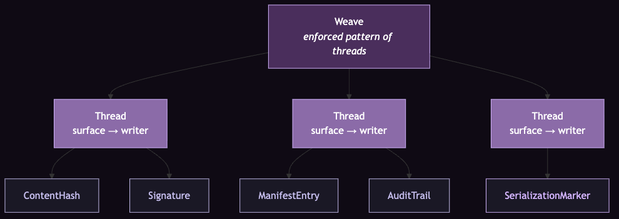
Earlier version of the Mermaid export docs/diagrams/weave-thread-strand.png (OpenCoven/coven-threads). Its source is kept beside it as docs/diagrams/src/weave-thread-strand.mmd.
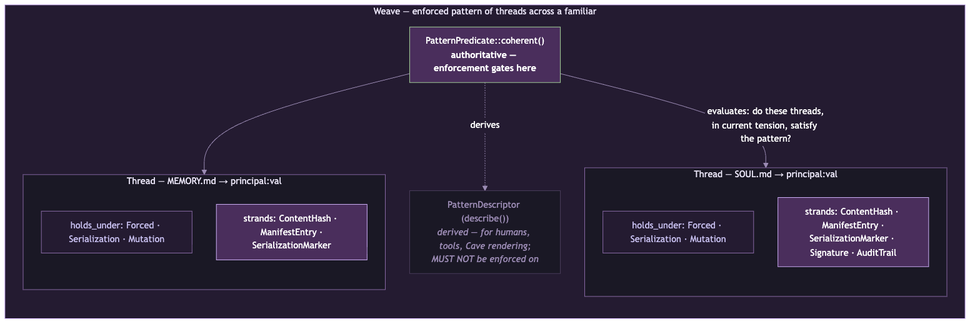
Above is the later version.

The edit, as a diff of the source:
```diff
@@ -1,27 +1,31 @@
 flowchart TB
-  W["Weave<br/><i>enforced pattern of threads</i>"]
-  T1["Thread<br/>surface → writer"]
-  T2["Thread<br/>surface → writer"]
-  T3["Thread<br/>surface → writer"]
-  S1["ContentHash"]
-  S2["Signature"]
-  S3["ManifestEntry"]
-  S4["AuditTrail"]
-  S5["SerializationMarker"]
-  W --> T1
-  W --> T2
-  W --> T3
-  T1 --> S1
-  T1 --> S2
-  T2 --> S3
-  T2 --> S4
-  T3 --> S5
-  style W fill:#4A2E5C,stroke:#D4B5FF,color:#fff
-  style T1 fill:#8B6BA8,stroke:#D4B5FF,color:#fff
-  style T2 fill:#8B6BA8,stroke:#D4B5FF,color:#fff
-  style T3 fill:#8B6BA8,stroke:#D4B5FF,color:#fff
-  style S1 fill:#1A1825,stroke:#C5BDED,color:#C5BDED
-  style S2 fill:#1A1825,stroke:#C5BDED,color:#C5BDED
-  style S3 fill:#1A1825,stroke:#C5BDED,color:#C5BDED
-  style S4 fill:#1A1825,stroke:#C5BDED,color:#C5BDED
-  style S5 fill:#1A1825,stroke:#D4B5FF,color:#D4B5FF
+  subgraph WV["Weave — enforced pattern of threads across a familiar"]
+    direction TB
+    PP["PatternPredicate::coherent()<br/><b>authoritative — enforcement gates here</b>"]
+    PD["PatternDescriptor (describe())<br/><i>derived — for humans, tools, Cave rendering;<br/>MUST NOT be enforced on</i>"]
+    PP -.->|derives| PD
+
+    subgraph T1["Thread — SOUL.md → principal:val"]
+      direction TB
+      H1["holds_under: Forced · Serialization · Mutation"]
+      T1S["strands: ContentHash · ManifestEntry ·<br/>SerializationMarker · Signature · AuditTrail"]
+    end
+    subgraph T2["Thread — MEMORY.md → principal:val"]
+      direction TB
+      H2["holds_under: Forced · Serialization · Mutation"]
+      T2S["strands: ContentHash · ManifestEntry ·<br/>SerializationMarker"]
+    end
+
+    PP -->|"evaluates: do these threads,<br/>in current tension, satisfy the pattern?"| T1
+    PP --> T2
+  end
+
+  style WV fill:#241B31,stroke:#D4B5FF,color:#E8E3F5
+  style PP fill:#4A2E5C,stroke:#A8D89A,color:#FFFFFF
+  style PD fill:#1A1825,stroke:#4A3D5C,color:#9B8BB4
+  style T1 fill:#1A1825,stroke:#8B6BA8,color:#E8E3F5
+  style T2 fill:#1A1825,stroke:#8B6BA8,color:#E8E3F5
+  style H1 fill:#241B31,stroke:#8B6BA8,color:#C5BDED
+  style H2 fill:#241B31,stroke:#8B6BA8,color:#C5BDED
+  style T1S fill:#4A2E5C,stroke:#D4B5FF,color:#FFFFFF
+  style T2S fill:#4A2E5C,stroke:#D4B5FF,color:#FFFFFF
```
